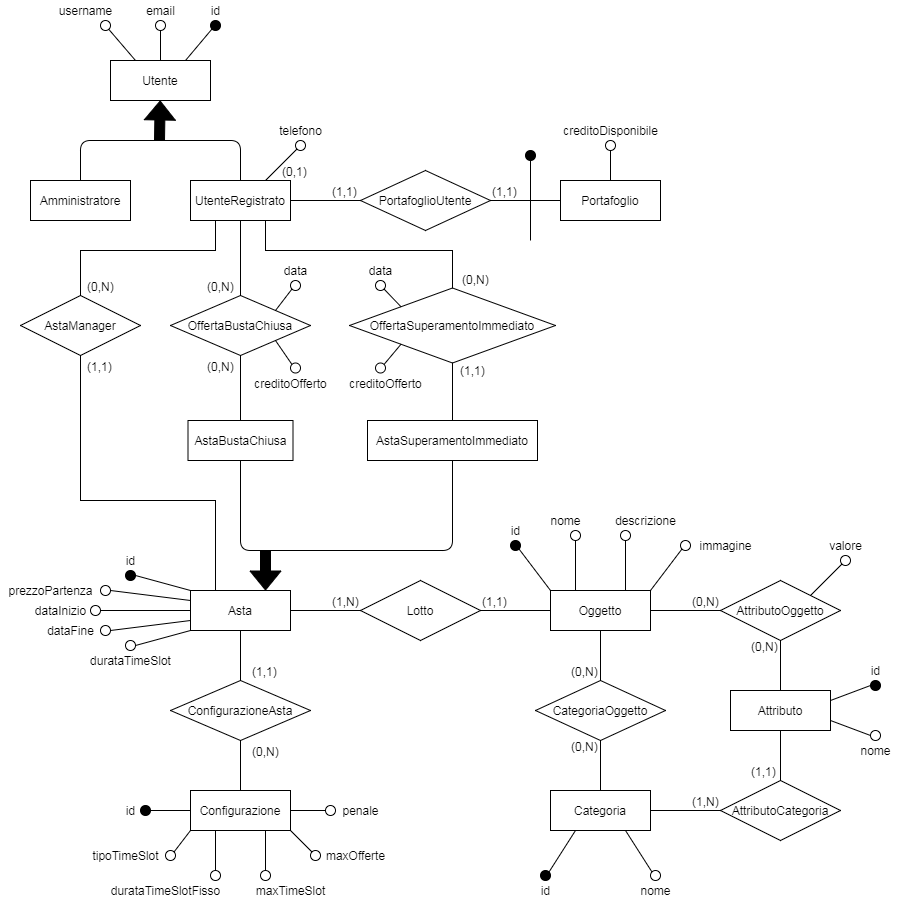
Before: Documentazione/Progettazione/Database/Progettazione concettuale/ER Diagram.png, a diagram exported from draw.io (UnimibSoftEngCourse1920/progetto-aste-2-gruppo-aste-2). Source tidied: cells renumbered, new cells last; positions are measured from the earlier drawing's top-left corner, leaving out a move shared by most shapes.
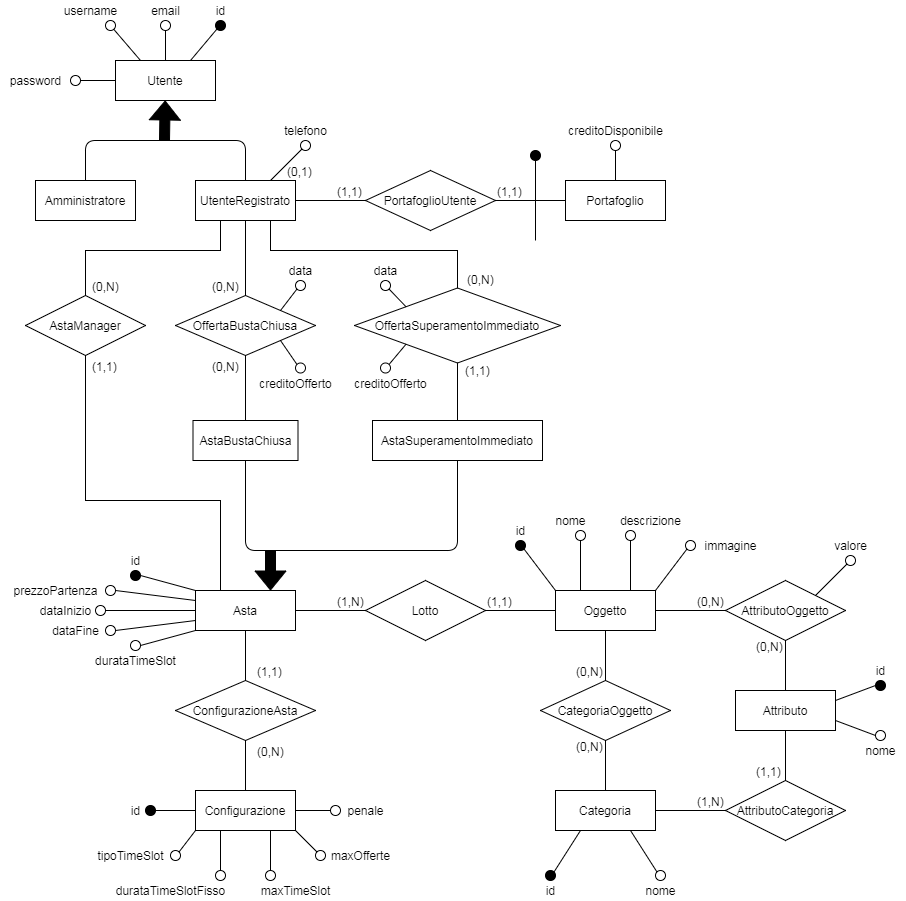
After the commit.

Commit message:
Updated Class Diagram and Database Diagrams

Diff of the diagram source:
```diff
@@ -530,5 +530,14 @@
     <mxCell id="151" style="ellipse;whiteSpace=wrap;html=1;align=center;fillColor=#000000;" parent="1" vertex="1">
       <mxGeometry x="870" y="680" width="10" height="10" as="geometry" />
     </mxCell>
+    <mxCell id="152" value="password" style="text;html=1;align=center;verticalAlign=middle;" parent="1" vertex="1">
+      <mxGeometry x="-5" y="70" width="70" height="20" as="geometry" />
+    </mxCell>
+    <mxCell id="153" style="ellipse;whiteSpace=wrap;html=1;align=center;" parent="1" vertex="1">
+      <mxGeometry x="65" y="75" width="10" height="10" as="geometry" />
+    </mxCell>
+    <mxCell id="154" style="endArrow=none;html=1;labelBackgroundColor=#000000;fillColor=#000000;exitX=0;exitY=0.5;exitDx=0;exitDy=0;entryX=1;entryY=0.5;entryDx=0;entryDy=0;" parent="1" edge="1" source="15" target="153">
+      <mxGeometry relative="1" as="geometry" />
+    </mxCell>
   </root>
 </mxGraphModel>
```
